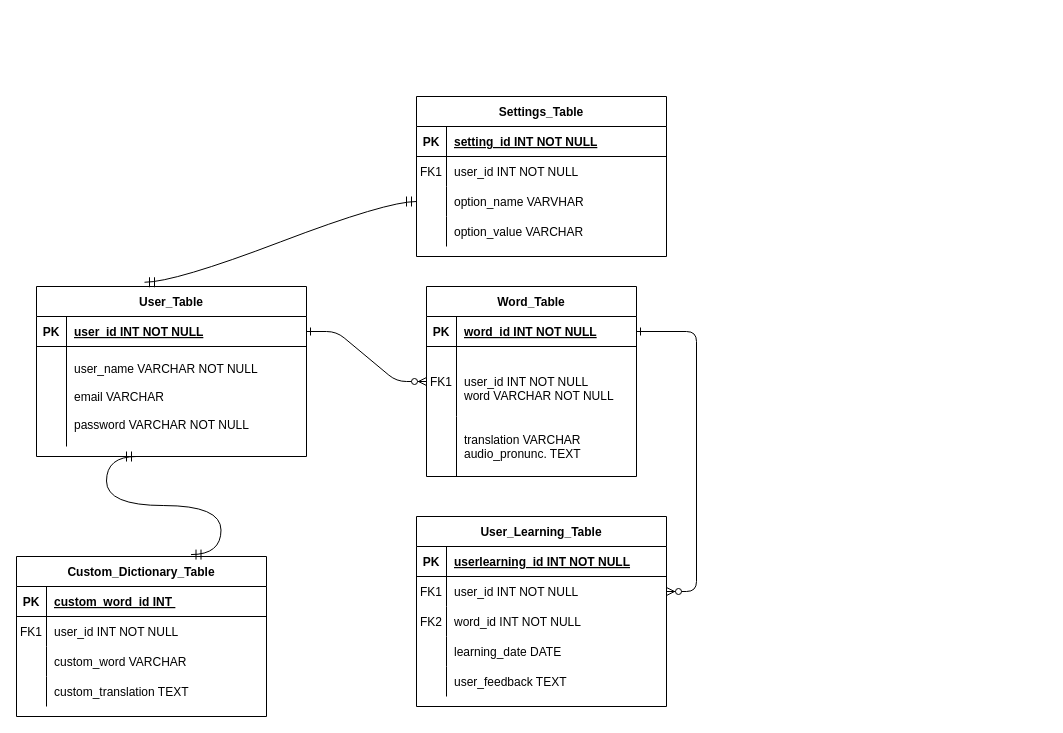
Earlier version of the draw.io diagram database.drawio (xiangxiang3451/Qt_myApplication). Source tidied: cells renumbered, new cells numbered last; positions are measured from the earlier drawing's top-left corner, leaving out a move shared by most shapes. Both pictures are drawn from the tidied source at 100%, with x=0, y=0 at pixel (16, 96).
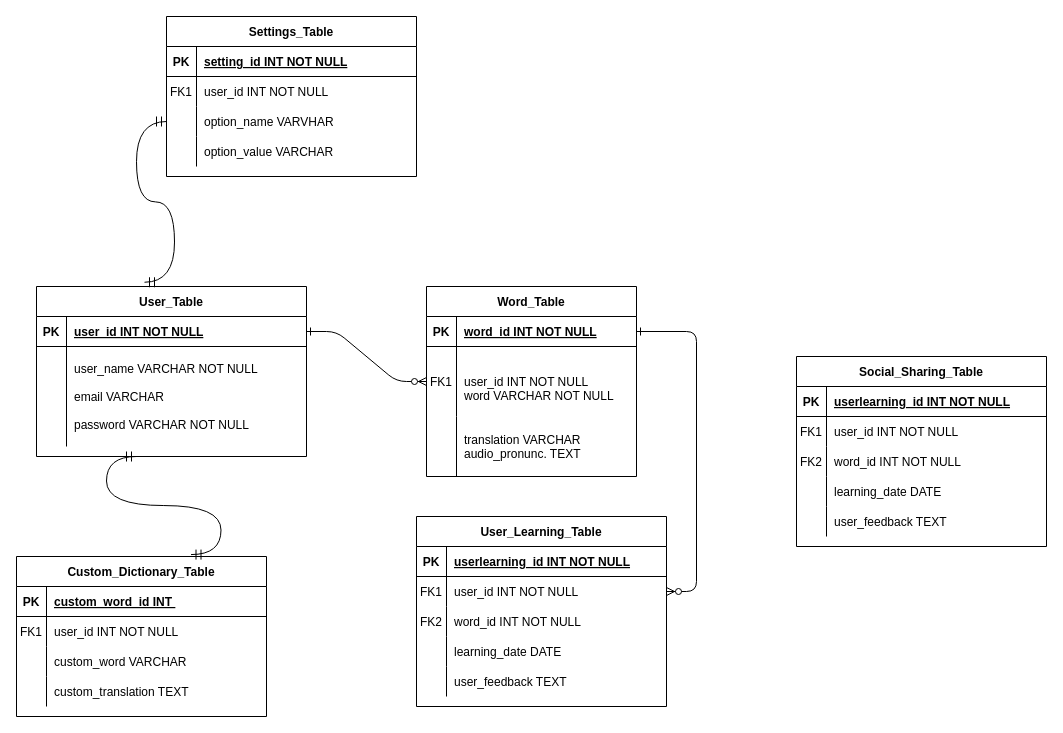
The same diagram, later.

Diff of the diagram source:
```diff
@@
     <mxCell id="37" value="Settings_Table" style="shape=table;startSize=30;childLayout=tableLayout;rowLines=0;fontStyle=1;align=center;" parent="1" vertex="1">
-      <mxGeometry x="400" width="250" height="160" as="geometry" />
+      <mxGeometry x="150" y="-80" width="250" height="160" as="geometry" />
     </mxCell>
@@
+    <mxCell id="65" value="Social_Sharing_Table" style="shape=table;startSize=30;childLayout=tableLayout;rowLines=0;fontStyle=1;align=center;" parent="1" vertex="1">
+      <mxGeometry x="780" y="260" width="250" height="190" as="geometry" />
+    </mxCell>
+    <mxCell id="66" style="shape=partialRectangle;fillColor=none;top=0;left=0;right=0;bottom=1;" parent="65" vertex="1">
+      <mxGeometry y="30" width="250" height="30" as="geometry" />
+    </mxCell>
+    <mxCell id="67" value="PK" style="shape=partialRectangle;overflow=hidden;fillColor=none;top=0;left=0;bottom=0;right=0;fontStyle=1;" parent="66" vertex="1">
+      <mxGeometry width="30" height="30" as="geometry" />
+    </mxCell>
+    <mxCell id="68" value="userlearning_id INT NOT NULL " style="shape=partialRectangle;overflow=hidden;fillColor=none;top=0;left=0;bottom=0;right=0;align=left;spacingLeft=6;fontStyle=5;" parent="66" vertex="1">
+      <mxGeometry x="30" width="220" height="30" as="geometry" />
+    </mxCell>
+    <mxCell id="69" style="shape=partialRectangle;fillColor=none;top=0;left=0;right=0;bottom=0;" parent="65" vertex="1">
+      <mxGeometry y="60" width="250" height="30" as="geometry" />
+    </mxCell>
+    <mxCell id="70" value="FK1" style="shape=partialRectangle;overflow=hidden;fillColor=none;top=0;left=0;bottom=0;right=0;" parent="69" vertex="1">
+      <mxGeometry width="30" height="30" as="geometry" />
+    </mxCell>
+    <mxCell id="71" value="user_id INT NOT NULL" style="shape=partialRectangle;overflow=hidden;fillColor=none;top=0;left=0;bottom=0;right=0;align=left;spacingLeft=6;" parent="69" vertex="1">
+      <mxGeometry x="30" width="220" height="30" as="geometry" />
+    </mxCell>
+    <mxCell id="72" style="shape=partialRectangle;fillColor=none;top=0;left=0;right=0;bottom=0;" parent="65" vertex="1">
+      <mxGeometry y="90" width="250" height="30" as="geometry" />
+    </mxCell>
+    <mxCell id="73" value="FK2" style="shape=partialRectangle;overflow=hidden;fillColor=none;top=0;left=0;bottom=0;right=0;" parent="72" vertex="1">
+      <mxGeometry width="30" height="30" as="geometry" />
+    </mxCell>
+    <mxCell id="74" value="word_id INT NOT NULL" style="shape=partialRectangle;overflow=hidden;fillColor=none;top=0;left=0;bottom=0;right=0;align=left;spacingLeft=6;" parent="72" vertex="1">
+      <mxGeometry x="30" width="220" height="30" as="geometry" />
+    </mxCell>
+    <mxCell id="75" style="shape=partialRectangle;fillColor=none;top=0;left=0;right=0;bottom=0;" parent="65" vertex="1">
+      <mxGeometry y="120" width="250" height="30" as="geometry" />
+    </mxCell>
+    <mxCell id="76" style="shape=partialRectangle;overflow=hidden;fillColor=none;top=0;left=0;bottom=0;right=0;" parent="75" vertex="1">
+      <mxGeometry width="30" height="30" as="geometry" />
+    </mxCell>
+    <mxCell id="77" value="learning_date DATE " style="shape=partialRectangle;overflow=hidden;fillColor=none;top=0;left=0;bottom=0;right=0;align=left;spacingLeft=6;" parent="75" vertex="1">
+      <mxGeometry x="30" width="220" height="30" as="geometry" />
+    </mxCell>
+    <mxCell id="78" style="shape=partialRectangle;fillColor=none;top=0;left=0;right=0;bottom=0;" parent="65" vertex="1">
+      <mxGeometry y="150" width="250" height="30" as="geometry" />
+    </mxCell>
+    <mxCell id="79" style="shape=partialRectangle;overflow=hidden;fillColor=none;top=0;left=0;bottom=0;right=0;" parent="78" vertex="1">
+      <mxGeometry width="30" height="30" as="geometry" />
+    </mxCell>
+    <mxCell id="80" value="user_feedback TEXT " style="shape=partialRectangle;overflow=hidden;fillColor=none;top=0;left=0;bottom=0;right=0;align=left;spacingLeft=6;" parent="78" vertex="1">
+      <mxGeometry x="30" width="220" height="30" as="geometry" />
+    </mxCell>
```
